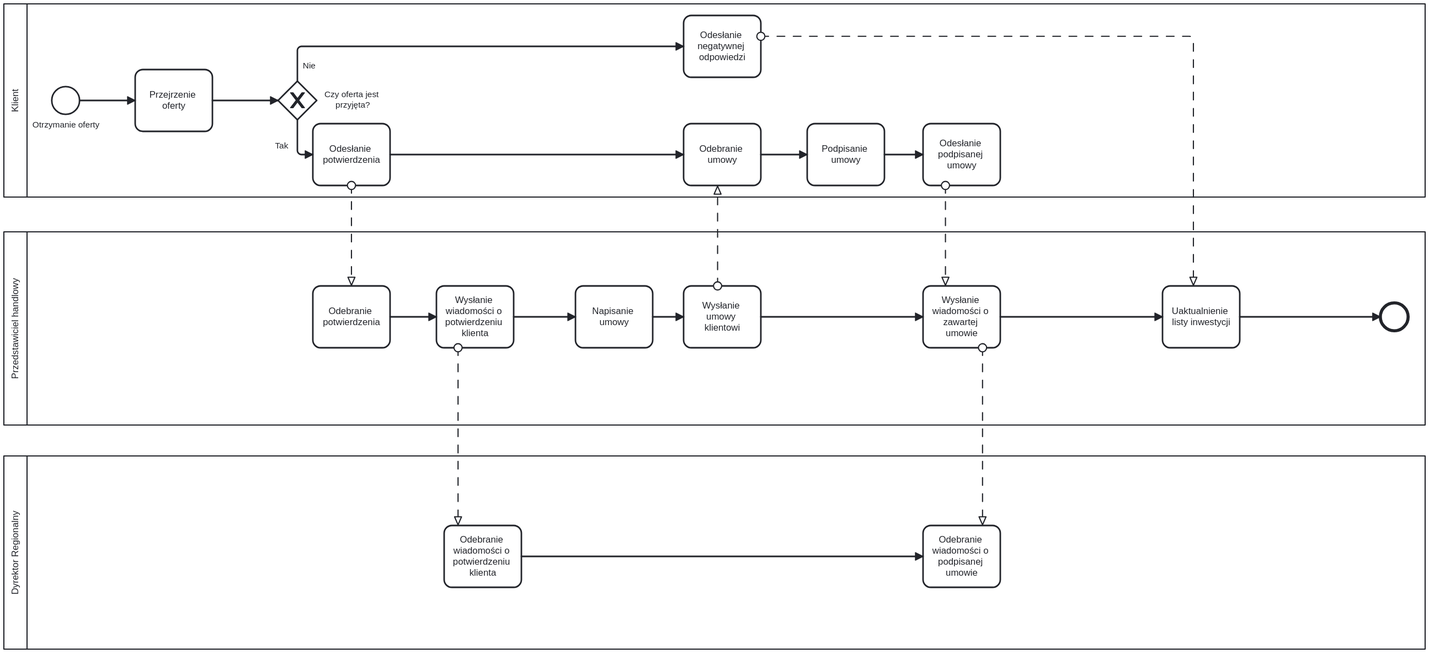
This is BPMN/Podpisanie umowy.svg from Mackin1232/modelowanie-systemow, a BPMN export, as it was before one commit. Its source is kept beside it as BPMN/Podpisanie umowy.bpmn. Ids are renumbered.
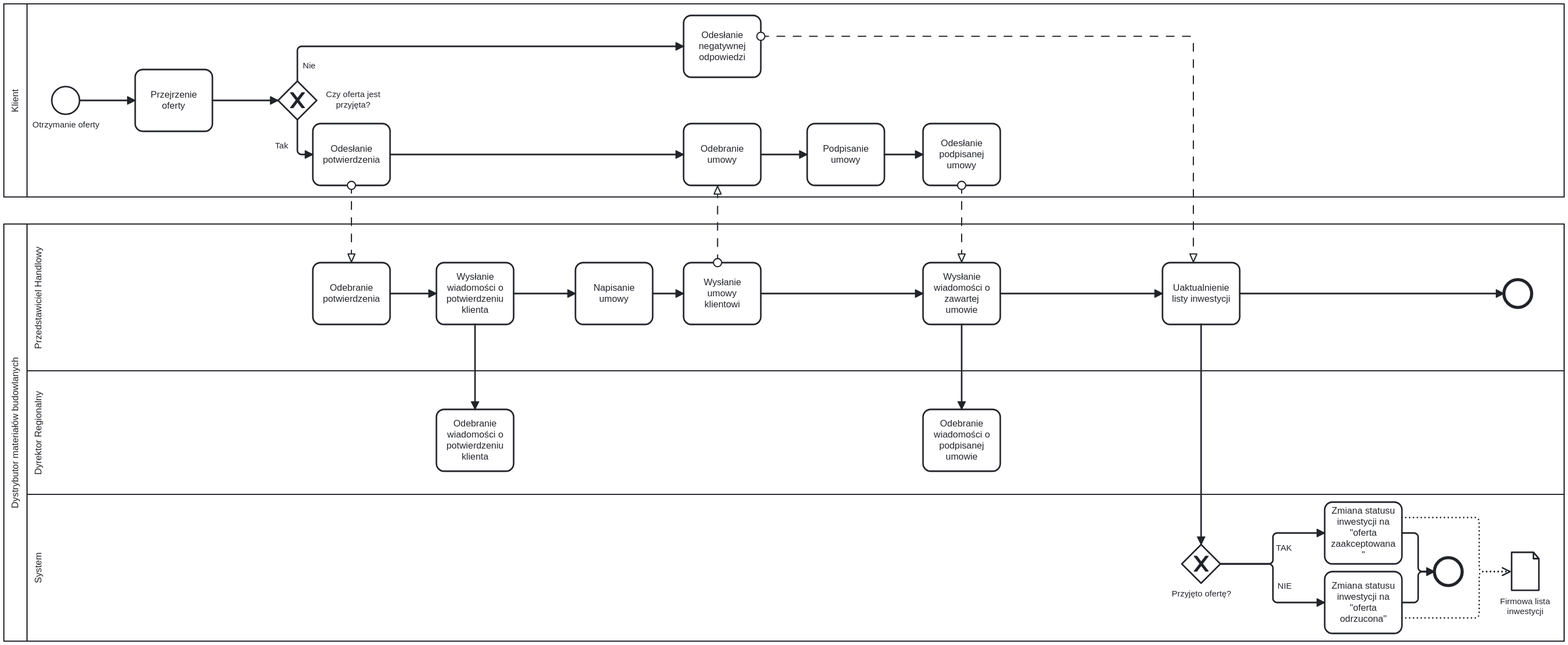
Later version of the same file.

Commit message:
Aktualizacja (dodanie zmiany statusu inwestycji)

Diff of the diagram source:
```diff
@@ -1,14 +1,11 @@
 <bpmn:definitions xmlns:xsi="http://www.w3.org/2001/XMLSchema-instance" xmlns:bpmn="http://www.omg.org/spec/BPMN/20100524/MODEL" xmlns:bpmndi="http://www.omg.org/spec/BPMN/20100524/DI" xmlns:dc="http://www.omg.org/spec/DD/20100524/DC" xmlns:di="http://www.omg.org/spec/DD/20100524/DI" id="Definitions_n1" targetNamespace="http://bpmn.io/schema/bpmn" exporter="bpmn-js (https://demo.bpmn.io)" exporterVersion="18.6.1">
   <bpmn:collaboration id="Collaboration_n2">
     <bpmn:participant id="Participant_n3" name="Klient" processRef="Process_n4" />
-    <bpmn:participant id="Participant_n5" name="Przedstawiciel handlowy" processRef="Process_n6" />
-    <bpmn:participant id="Participant_n7" name="Dyrektor Regionalny" processRef="Process_n8" />
+    <bpmn:participant id="Participant_n5" name="Dystrybutor materiałów budowlanych" processRef="Process_n6" />
     <bpmn:messageFlow id="Flow_n9" sourceRef="Activity_n10" targetRef="Activity_n11" />
     <bpmn:messageFlow id="Flow_n12" sourceRef="Activity_n13" targetRef="Activity_n14" />
-    <bpmn:messageFlow id="Flow_n15" sourceRef="Activity_n16" targetRef="Activity_n17" />
     <bpmn:messageFlow id="Flow_n18" sourceRef="Activity_n19" targetRef="Activity_n20" />
     <bpmn:messageFlow id="Flow_n21" sourceRef="Activity_n22" targetRef="Activity_n23" />
-    <bpmn:messageFlow id="Flow_n24" sourceRef="Activity_n23" targetRef="Activity_n25" />
   </bpmn:collaboration>
   <bpmn:process id="Process_n4" isExecutable="false">
     <bpmn:startEvent id="StartEvent_n26" name="Otrzymanie oferty">
@@ -50,16 +47,49 @@
     <bpmn:sequenceFlow id="Flow_n36" sourceRef="Activity_n13" targetRef="Activity_n20" />
   </bpmn:process>
   <bpmn:process id="Process_n6">
+    <bpmn:laneSet id="LaneSet_n46">
+      <bpmn:lane id="Lane_n47" name="Przedstawiciel Handlowy">
+        <bpmn:flowNodeRef>Activity_n14</bpmn:flowNodeRef>
+        <bpmn:flowNodeRef>Activity_n16</bpmn:flowNodeRef>
+        <bpmn:flowNodeRef>Activity_n38</bpmn:flowNodeRef>
+        <bpmn:flowNodeRef>Activity_n19</bpmn:flowNodeRef>
+        <bpmn:flowNodeRef>Activity_n23</bpmn:flowNodeRef>
+        <bpmn:flowNodeRef>Activity_n11</bpmn:flowNodeRef>
+        <bpmn:flowNodeRef>Event_n44</bpmn:flowNodeRef>
+      </bpmn:lane>
+      <bpmn:lane id="Lane_n48" name="Dyrektor Regionalny">
+        <bpmn:flowNodeRef>Activity_n17</bpmn:flowNodeRef>
+        <bpmn:flowNodeRef>Activity_n25</bpmn:flowNodeRef>
+      </bpmn:lane>
+      <bpmn:lane id="Lane_n49" name="System">
+        <bpmn:flowNodeRef>Gateway_n50</bpmn:flowNodeRef>
+        <bpmn:flowNodeRef>Activity_n51</bpmn:flowNodeRef>
+        <bpmn:flowNodeRef>Activity_n52</bpmn:flowNodeRef>
+        <bpmn:flowNodeRef>Event_n53</bpmn:flowNodeRef>
+      </bpmn:lane>
+    </bpmn:laneSet>
+    <bpmn:sequenceFlow id="Flow_n37" sourceRef="Activity_n14" targetRef="Activity_n16" />
+    <bpmn:sequenceFlow id="Flow_n39" sourceRef="Activity_n16" targetRef="Activity_n38" />
+    <bpmn:sequenceFlow id="Flow_n40" sourceRef="Activity_n38" targetRef="Activity_n19" />
+    <bpmn:sequenceFlow id="Flow_n41" sourceRef="Activity_n19" targetRef="Activity_n23" />
+    <bpmn:sequenceFlow id="Flow_n42" sourceRef="Activity_n23" targetRef="Activity_n11" />
+    <bpmn:sequenceFlow id="Flow_n43" sourceRef="Activity_n11" targetRef="Event_n44" />
+    <bpmn:sequenceFlow id="Flow_n54" sourceRef="Activity_n16" targetRef="Activity_n17" />
+    <bpmn:sequenceFlow id="Flow_n55" sourceRef="Activity_n23" targetRef="Activity_n25" />
     <bpmn:task id="Activity_n14" name="Odebranie potwierdzenia">
       <bpmn:outgoing>Flow_n37</bpmn:outgoing>
+    </bpmn:task>
+    <bpmn:task id="Activity_n16" name="Wysłanie wiadomości o potwierdzeniu klienta">
+      <bpmn:incoming>Flow_n37</bpmn:incoming>
+      <bpmn:outgoing>Flow_n39</bpmn:outgoing>
+      <bpmn:outgoing>Flow_n54</bpmn:outgoing>
+    </bpmn:task>
+    <bpmn:task id="Activity_n17" name="Odebranie wiadomości o potwierdzeniu klienta">
+      <bpmn:incoming>Flow_n54</bpmn:incoming>
     </bpmn:task>
     <bpmn:task id="Activity_n38" name="Napisanie umowy">
       <bpmn:incoming>Flow_n39</bpmn:incoming>
       <bpmn:outgoing>Flow_n40</bpmn:outgoing>
-    </bpmn:task>
-    <bpmn:task id="Activity_n16" name="Wysłanie wiadomości o potwierdzeniu klienta">
-      <bpmn:incoming>Flow_n37</bpmn:incoming>
-      <bpmn:outgoing>Flow_n39</bpmn:outgoing>
     </bpmn:task>
     <bpmn:task id="Activity_n19" name="Wysłanie umowy klientowi">
       <bpmn:incoming>Flow_n40</bpmn:incoming>
@@ -68,34 +98,54 @@
     <bpmn:task id="Activity_n23" name="Wysłanie wiadomości o zawartej umowie">
       <bpmn:incoming>Flow_n41</bpmn:incoming>
       <bpmn:outgoing>Flow_n42</bpmn:outgoing>
+      <bpmn:outgoing>Flow_n55</bpmn:outgoing>
     </bpmn:task>
     <bpmn:task id="Activity_n11" name="Uaktualnienie listy inwestycji">
       <bpmn:incoming>Flow_n42</bpmn:incoming>
       <bpmn:outgoing>Flow_n43</bpmn:outgoing>
+      <bpmn:outgoing>Flow_n56</bpmn:outgoing>
     </bpmn:task>
     <bpmn:endEvent id="Event_n44">
       <bpmn:incoming>Flow_n43</bpmn:incoming>
     </bpmn:endEvent>
-    <bpmn:sequenceFlow id="Flow_n37" sourceRef="Activity_n14" targetRef="Activity_n16" />
-    <bpmn:sequenceFlow id="Flow_n39" sourceRef="Activity_n16" targetRef="Activity_n38" />
-    <bpmn:sequenceFlow id="Flow_n40" sourceRef="Activity_n38" targetRef="Activity_n19" />
-    <bpmn:sequenceFlow id="Flow_n41" sourceRef="Activity_n19" targetRef="Activity_n23" />
-    <bpmn:sequenceFlow id="Flow_n42" sourceRef="Activity_n23" targetRef="Activity_n11" />
-    <bpmn:sequenceFlow id="Flow_n43" sourceRef="Activity_n11" targetRef="Event_n44" />
-  </bpmn:process>
-  <bpmn:process id="Process_n8">
-    <bpmn:task id="Activity_n17" name="Odebranie wiadomości o potwierdzeniu klienta">
-      <bpmn:outgoing>Flow_n45</bpmn:outgoing>
+    <bpmn:sequenceFlow id="Flow_n56" sourceRef="Activity_n11" targetRef="Gateway_n50" />
+    <bpmn:exclusiveGateway id="Gateway_n50" name="Przyjęto ofertę?">
+      <bpmn:incoming>Flow_n56</bpmn:incoming>
+      <bpmn:outgoing>Flow_n57</bpmn:outgoing>
+      <bpmn:outgoing>Flow_n58</bpmn:outgoing>
+    </bpmn:exclusiveGateway>
+    <bpmn:task id="Activity_n51" name="Zmiana statusu inwestycji na &#34;oferta zaakceptowana&#34;">
+      <bpmn:incoming>Flow_n57</bpmn:incoming>
+      <bpmn:outgoing>Flow_n59</bpmn:outgoing>
+      <bpmn:dataOutputAssociation id="DataOutputAssociation_n60">
+        <bpmn:targetRef>DataObjectReference_n61</bpmn:targetRef>
+      </bpmn:dataOutputAssociation>
     </bpmn:task>
+    <bpmn:task id="Activity_n52" name="Zmiana statusu inwestycji na &#34;oferta odrzucona&#34;">
+      <bpmn:incoming>Flow_n58</bpmn:incoming>
+      <bpmn:outgoing>Flow_n62</bpmn:outgoing>
+      <bpmn:dataOutputAssociation id="DataOutputAssociation_n63">
+        <bpmn:targetRef>DataObjectReference_n61</bpmn:targetRef>
+      </bpmn:dataOutputAssociation>
+    </bpmn:task>
+    <bpmn:sequenceFlow id="Flow_n57" name="TAK" sourceRef="Gateway_n50" targetRef="Activity_n51" />
+    <bpmn:sequenceFlow id="Flow_n58" name="NIE" sourceRef="Gateway_n50" targetRef="Activity_n52" />
+    <bpmn:sequenceFlow id="Flow_n62" sourceRef="Activity_n52" targetRef="Event_n53" />
+    <bpmn:sequenceFlow id="Flow_n59" sourceRef="Activity_n51" targetRef="Event_n53" />
     <bpmn:task id="Activity_n25" name="Odebranie wiadomości o podpisanej umowie">
-      <bpmn:incoming>Flow_n45</bpmn:incoming>
+      <bpmn:incoming>Flow_n55</bpmn:incoming>
     </bpmn:task>
-    <bpmn:sequenceFlow id="Flow_n45" sourceRef="Activity_n17" targetRef="Activity_n25" />
+    <bpmn:endEvent id="Event_n53">
+      <bpmn:incoming>Flow_n62</bpmn:incoming>
+      <bpmn:incoming>Flow_n59</bpmn:incoming>
+    </bpmn:endEvent>
+    <bpmn:dataObjectReference id="DataObjectReference_n61" name="Firmowa lista inwestycji" dataObjectRef="DataObject_n64" />
+    <bpmn:dataObject id="DataObject_n64" />
   </bpmn:process>
   <bpmndi:BPMNDiagram id="BPMNDiagram_1">
     <bpmndi:BPMNPlane id="BPMNPlane_1" bpmnElement="Collaboration_n2">
       <bpmndi:BPMNShape id="Participant_n3_di" bpmnElement="Participant_n3" isHorizontal="true">
-        <dc:Bounds x="160" y="85" width="1840" height="250" />
+        <dc:Bounds x="160" y="85" width="2020" height="250" />
         <bpmndi:BPMNLabel />
       </bpmndi:BPMNShape>
       <bpmndi:BPMNShape id="_BPMNShape_StartEvent_2" bpmnElement="StartEvent_n26">
@@ -171,100 +221,173 @@
         <di:waypoint x="1040" y="280" />
       </bpmndi:BPMNEdge>
       <bpmndi:BPMNShape id="Participant_n5_di" bpmnElement="Participant_n5" isHorizontal="true">
-        <dc:Bounds x="160" y="380" width="1840" height="250" />
+        <dc:Bounds x="160" y="370" width="2020" height="540" />
+        <bpmndi:BPMNLabel />
+      </bpmndi:BPMNShape>
+      <bpmndi:BPMNShape id="Lane_n47_di" bpmnElement="Lane_n47" isHorizontal="true">
+        <dc:Bounds x="190" y="370" width="1990" height="190" />
+        <bpmndi:BPMNLabel />
+      </bpmndi:BPMNShape>
+      <bpmndi:BPMNShape id="Lane_n48_di" bpmnElement="Lane_n48" isHorizontal="true">
+        <dc:Bounds x="190" y="560" width="1990" height="160" />
+        <bpmndi:BPMNLabel />
+      </bpmndi:BPMNShape>
+      <bpmndi:BPMNShape id="Lane_n49_di" bpmnElement="Lane_n49" isHorizontal="true">
+        <dc:Bounds x="190" y="720" width="1990" height="190" />
         <bpmndi:BPMNLabel />
       </bpmndi:BPMNShape>
       <bpmndi:BPMNShape id="Activity_n14_di" bpmnElement="Activity_n14">
-        <dc:Bounds x="560" y="450" width="100" height="80" />
+        <dc:Bounds x="560" y="420" width="100" height="80" />
+        <bpmndi:BPMNLabel />
+      </bpmndi:BPMNShape>
+      <bpmndi:BPMNShape id="Activity_n16_di" bpmnElement="Activity_n16">
+        <dc:Bounds x="720" y="420" width="100" height="80" />
+        <bpmndi:BPMNLabel />
+      </bpmndi:BPMNShape>
+      <bpmndi:BPMNShape id="Activity_n17_di" bpmnElement="Activity_n17">
+        <dc:Bounds x="720" y="610" width="100" height="80" />
         <bpmndi:BPMNLabel />
       </bpmndi:BPMNShape>
       <bpmndi:BPMNShape id="Activity_n38_di" bpmnElement="Activity_n38">
-        <dc:Bounds x="900" y="450" width="100" height="80" />
-        <bpmndi:BPMNLabel />
-      </bpmndi:BPMNShape>
-      <bpmndi:BPMNShape id="Activity_n16_di" bpmnElement="Activity_n16">
-        <dc:Bounds x="720" y="450" width="100" height="80" />
+        <dc:Bounds x="900" y="420" width="100" height="80" />
         <bpmndi:BPMNLabel />
       </bpmndi:BPMNShape>
       <bpmndi:BPMNShape id="Activity_n19_di" bpmnElement="Activity_n19">
-        <dc:Bounds x="1040" y="450" width="100" height="80" />
+        <dc:Bounds x="1040" y="420" width="100" height="80" />
         <bpmndi:BPMNLabel />
       </bpmndi:BPMNShape>
       <bpmndi:BPMNShape id="Activity_n23_di" bpmnElement="Activity_n23">
-        <dc:Bounds x="1350" y="450" width="100" height="80" />
+        <dc:Bounds x="1350" y="420" width="100" height="80" />
         <bpmndi:BPMNLabel />
       </bpmndi:BPMNShape>
       <bpmndi:BPMNShape id="Activity_n11_di" bpmnElement="Activity_n11">
-        <dc:Bounds x="1660" y="450" width="100" height="80" />
+        <dc:Bounds x="1660" y="420" width="100" height="80" />
         <bpmndi:BPMNLabel />
       </bpmndi:BPMNShape>
       <bpmndi:BPMNShape id="Event_n44_di" bpmnElement="Event_n44">
-        <dc:Bounds x="1942" y="472" width="36" height="36" />
+        <dc:Bounds x="2102" y="442" width="36" height="36" />
       </bpmndi:BPMNShape>
-      <bpmndi:BPMNEdge id="Flow_n43_di" bpmnElement="Flow_n43">
-        <di:waypoint x="1760" y="490" />
-        <di:waypoint x="1942" y="490" />
-      </bpmndi:BPMNEdge>
+      <bpmndi:BPMNShape id="Gateway_n50_di" bpmnElement="Gateway_n50" isMarkerVisible="true">
+        <dc:Bounds x="1685" y="785" width="50" height="50" />
+        <bpmndi:BPMNLabel>
+          <dc:Bounds x="1672" y="842" width="78" height="14" />
+        </bpmndi:BPMNLabel>
+      </bpmndi:BPMNShape>
+      <bpmndi:BPMNShape id="Activity_n51_di" bpmnElement="Activity_n51">
+        <dc:Bounds x="1870" y="730" width="100" height="80" />
+        <bpmndi:BPMNLabel />
+      </bpmndi:BPMNShape>
+      <bpmndi:BPMNShape id="Activity_n52_di" bpmnElement="Activity_n52">
+        <dc:Bounds x="1870" y="820" width="100" height="80" />
+        <bpmndi:BPMNLabel />
+      </bpmndi:BPMNShape>
+      <bpmndi:BPMNShape id="DataObjectReference_n61_di" bpmnElement="DataObjectReference_n61">
+        <dc:Bounds x="2112" y="795" width="36" height="50" />
+        <bpmndi:BPMNLabel>
+          <dc:Bounds x="2097" y="852" width="66" height="27" />
+        </bpmndi:BPMNLabel>
+      </bpmndi:BPMNShape>
+      <bpmndi:BPMNShape id="Event_n53_di" bpmnElement="Event_n53">
+        <dc:Bounds x="2012" y="802" width="36" height="36" />
+      </bpmndi:BPMNShape>
+      <bpmndi:BPMNShape id="Activity_n25_di" bpmnElement="Activity_n25">
+        <dc:Bounds x="1350" y="610" width="100" height="80" />
+        <bpmndi:BPMNLabel />
+      </bpmndi:BPMNShape>
       <bpmndi:BPMNEdge id="Flow_n37_di" bpmnElement="Flow_n37">
-        <di:waypoint x="660" y="490" />
-        <di:waypoint x="720" y="490" />
+        <di:waypoint x="660" y="460" />
+        <di:waypoint x="720" y="460" />
       </bpmndi:BPMNEdge>
       <bpmndi:BPMNEdge id="Flow_n39_di" bpmnElement="Flow_n39">
-        <di:waypoint x="820" y="490" />
-        <di:waypoint x="900" y="490" />
+        <di:waypoint x="820" y="460" />
+        <di:waypoint x="900" y="460" />
       </bpmndi:BPMNEdge>
       <bpmndi:BPMNEdge id="Flow_n40_di" bpmnElement="Flow_n40">
-        <di:waypoint x="1000" y="490" />
-        <di:waypoint x="1040" y="490" />
+        <di:waypoint x="1000" y="460" />
+        <di:waypoint x="1040" y="460" />
       </bpmndi:BPMNEdge>
       <bpmndi:BPMNEdge id="Flow_n41_di" bpmnElement="Flow_n41">
-        <di:waypoint x="1140" y="490" />
-        <di:waypoint x="1350" y="490" />
+        <di:waypoint x="1140" y="460" />
+        <di:waypoint x="1350" y="460" />
       </bpmndi:BPMNEdge>
       <bpmndi:BPMNEdge id="Flow_n42_di" bpmnElement="Flow_n42">
-        <di:waypoint x="1450" y="490" />
-        <di:waypoint x="1660" y="490" />
+        <di:waypoint x="1450" y="460" />
+        <di:waypoint x="1660" y="460" />
       </bpmndi:BPMNEdge>
-      <bpmndi:BPMNShape id="Participant_n7_di" bpmnElement="Participant_n7" isHorizontal="true">
-        <dc:Bounds x="160" y="670" width="1840" height="250" />
-        <bpmndi:BPMNLabel />
-      </bpmndi:BPMNShape>
-      <bpmndi:BPMNShape id="Activity_n17_di" bpmnElement="Activity_n17">
-        <dc:Bounds x="730" y="760" width="100" height="80" />
-        <bpmndi:BPMNLabel />
-      </bpmndi:BPMNShape>
-      <bpmndi:BPMNShape id="Activity_n25_di" bpmnElement="Activity_n25">
-        <dc:Bounds x="1350" y="760" width="100" height="80" />
-        <bpmndi:BPMNLabel />
-      </bpmndi:BPMNShape>
-      <bpmndi:BPMNEdge id="Flow_n45_di" bpmnElement="Flow_n45">
-        <di:waypoint x="830" y="800" />
-        <di:waypoint x="1350" y="800" />
+      <bpmndi:BPMNEdge id="Flow_n43_di" bpmnElement="Flow_n43">
+        <di:waypoint x="1760" y="460" />
+        <di:waypoint x="2102" y="460" />
+      </bpmndi:BPMNEdge>
+      <bpmndi:BPMNEdge id="Flow_n54_di" bpmnElement="Flow_n54">
+        <di:waypoint x="770" y="500" />
+        <di:waypoint x="770" y="610" />
+      </bpmndi:BPMNEdge>
+      <bpmndi:BPMNEdge id="Flow_n55_di" bpmnElement="Flow_n55">
+        <di:waypoint x="1400" y="500" />
+        <di:waypoint x="1400" y="610" />
+      </bpmndi:BPMNEdge>
+      <bpmndi:BPMNEdge id="Flow_n56_di" bpmnElement="Flow_n56">
+        <di:waypoint x="1710" y="500" />
+        <di:waypoint x="1710" y="785" />
+      </bpmndi:BPMNEdge>
+      <bpmndi:BPMNEdge id="Flow_n57_di" bpmnElement="Flow_n57">
+        <di:waypoint x="1735" y="810" />
+        <di:waypoint x="1803" y="810" />
+        <di:waypoint x="1803" y="770" />
+        <di:waypoint x="1870" y="770" />
+        <bpmndi:BPMNLabel>
+          <dc:Bounds x="1807" y="783" width="22" height="14" />
+        </bpmndi:BPMNLabel>
+      </bpmndi:BPMNEdge>
+      <bpmndi:BPMNEdge id="Flow_n58_di" bpmnElement="Flow_n58">
+        <di:waypoint x="1735" y="810" />
+        <di:waypoint x="1803" y="810" />
+        <di:waypoint x="1803" y="860" />
+        <di:waypoint x="1870" y="860" />
+        <bpmndi:BPMNLabel>
+          <dc:Bounds x="1809" y="832" width="19" height="14" />
+        </bpmndi:BPMNLabel>
+      </bpmndi:BPMNEdge>
+      <bpmndi:BPMNEdge id="Flow_n62_di" bpmnElement="Flow_n62">
+        <di:waypoint x="1970" y="860" />
+        <di:waypoint x="1991" y="860" />
+        <di:waypoint x="1991" y="820" />
+        <di:waypoint x="2012" y="820" />
+      </bpmndi:BPMNEdge>
+      <bpmndi:BPMNEdge id="Flow_n59_di" bpmnElement="Flow_n59">
+        <di:waypoint x="1970" y="770" />
+        <di:waypoint x="1991" y="770" />
+        <di:waypoint x="1991" y="820" />
+        <di:waypoint x="2012" y="820" />
       </bpmndi:BPMNEdge>
       <bpmndi:BPMNEdge id="Flow_n9_di" bpmnElement="Flow_n9">
         <di:waypoint x="1140" y="127" />
         <di:waypoint x="1700" y="127" />
-        <di:waypoint x="1700" y="450" />
+        <di:waypoint x="1700" y="420" />
       </bpmndi:BPMNEdge>
       <bpmndi:BPMNEdge id="Flow_n12_di" bpmnElement="Flow_n12">
         <di:waypoint x="610" y="320" />
-        <di:waypoint x="610" y="450" />
-      </bpmndi:BPMNEdge>
-      <bpmndi:BPMNEdge id="Flow_n15_di" bpmnElement="Flow_n15">
-        <di:waypoint x="748" y="530" />
-        <di:waypoint x="748" y="760" />
+        <di:waypoint x="610" y="420" />
       </bpmndi:BPMNEdge>
       <bpmndi:BPMNEdge id="Flow_n18_di" bpmnElement="Flow_n18">
-        <di:waypoint x="1084" y="450" />
+        <di:waypoint x="1084" y="420" />
         <di:waypoint x="1084" y="320" />
       </bpmndi:BPMNEdge>
       <bpmndi:BPMNEdge id="Flow_n21_di" bpmnElement="Flow_n21">
-        <di:waypoint x="1379" y="320" />
-        <di:waypoint x="1379" y="450" />
+        <di:waypoint x="1400" y="320" />
+        <di:waypoint x="1400" y="420" />
       </bpmndi:BPMNEdge>
-      <bpmndi:BPMNEdge id="Flow_n24_di" bpmnElement="Flow_n24">
-        <di:waypoint x="1427" y="530" />
-        <di:waypoint x="1427" y="760" />
+      <bpmndi:BPMNEdge id="DataOutputAssociation_n60_di" bpmnElement="DataOutputAssociation_n60">
+        <di:waypoint x="1970" y="750" />
+        <di:waypoint x="2070" y="750" />
+        <di:waypoint x="2070" y="820" />
+        <di:waypoint x="2110" y="820" />
+      </bpmndi:BPMNEdge>
+      <bpmndi:BPMNEdge id="DataOutputAssociation_n63_di" bpmnElement="DataOutputAssociation_n63">
+        <di:waypoint x="1970" y="880" />
+        <di:waypoint x="2070" y="880" />
+        <di:waypoint x="2070" y="820" />
+        <di:waypoint x="2110" y="820" />
       </bpmndi:BPMNEdge>
     </bpmndi:BPMNPlane>
   </bpmndi:BPMNDiagram>
```
